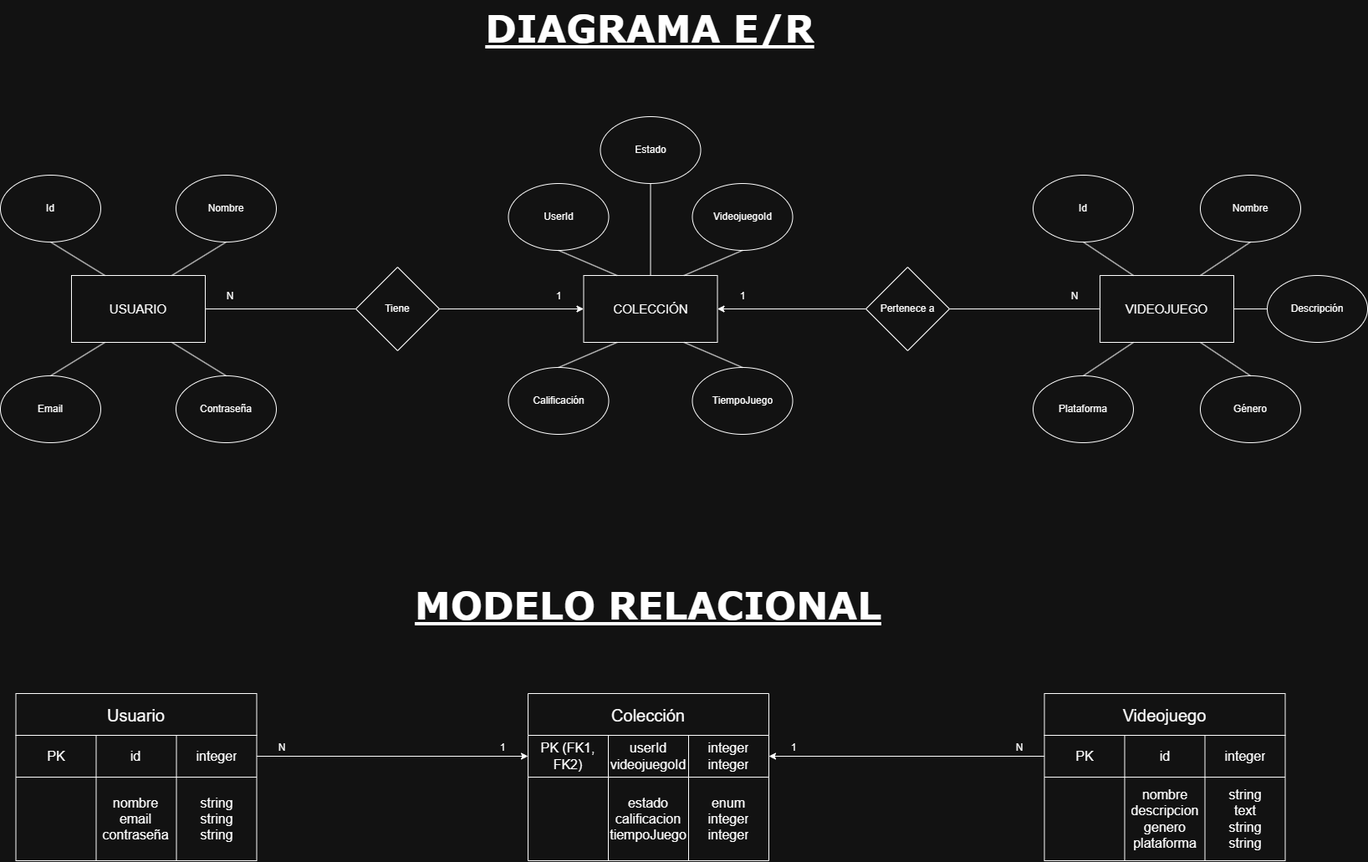
AlesioCragno/Proyecto-Final-Prog3 keeps this draw.io diagram as Diagrama ER Proyecto.png. Above is the earlier version. Source tidied: cells renumbered, new cells last; positions are measured from the earlier drawing's top-left corner, leaving out a move shared by most shapes.
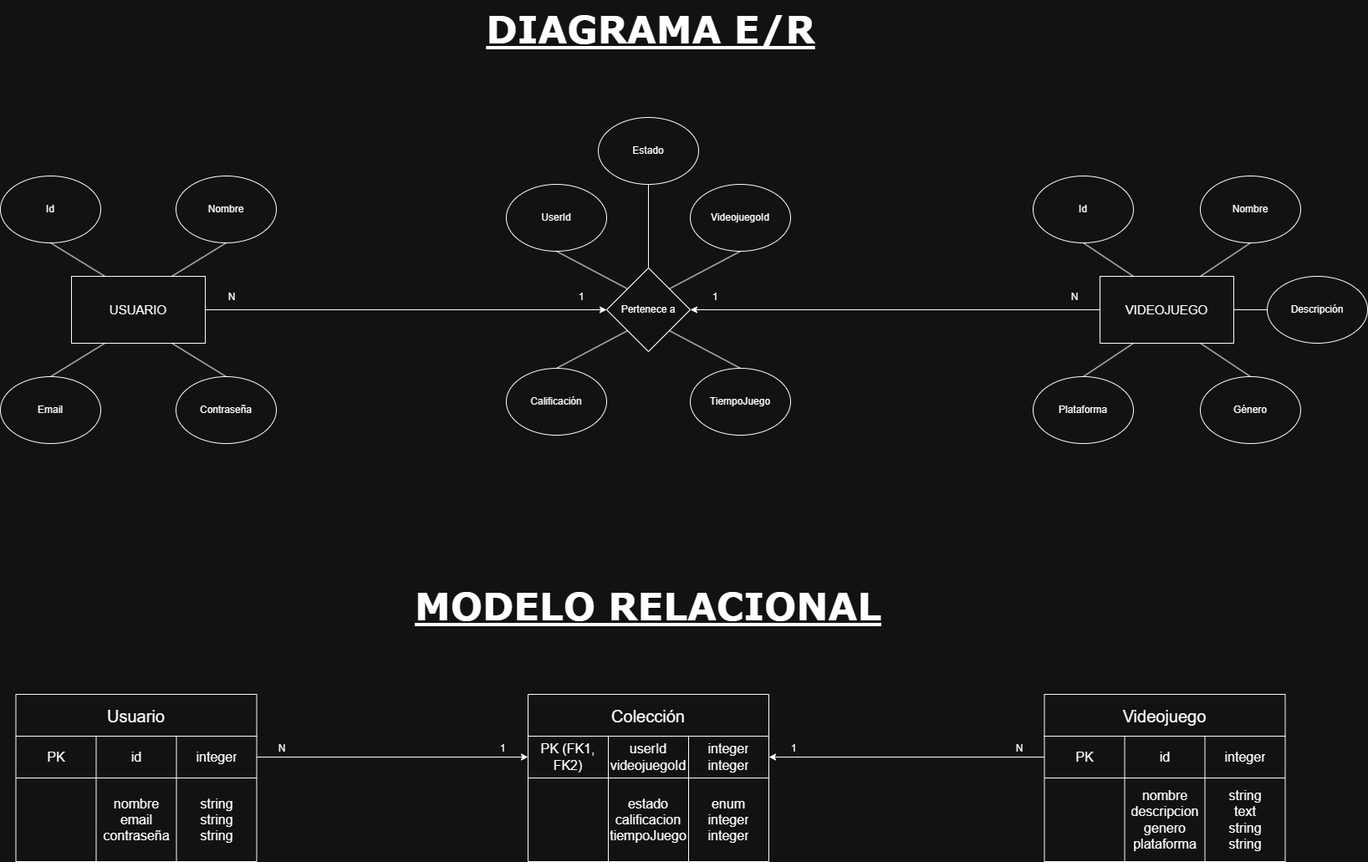
After the change.

Commit message:
Diagrama modificado y Readme actualizado

Change to the diagram source:
```diff
@@ -36,67 +36,41 @@
       <mxGeometry x="1435" y="450" width="120" height="80" as="geometry" />
     </mxCell>
     <mxCell id="13" value="UserId" style="ellipse;whiteSpace=wrap;html=1;" parent="1" vertex="1">
-      <mxGeometry x="607.5" y="220" width="120" height="80" as="geometry" />
+      <mxGeometry x="605" y="220" width="120" height="80" as="geometry" />
     </mxCell>
     <mxCell id="14" value="VideojuegoId" style="ellipse;whiteSpace=wrap;html=1;" parent="1" vertex="1">
-      <mxGeometry x="827.5" y="220" width="120" height="80" as="geometry" />
+      <mxGeometry x="825" y="220" width="120" height="80" as="geometry" />
     </mxCell>
     <mxCell id="15" value="Estado" style="ellipse;whiteSpace=wrap;html=1;" parent="1" vertex="1">
-      <mxGeometry x="717.5" y="140" width="120" height="80" as="geometry" />
+      <mxGeometry x="715" y="140" width="120" height="80" as="geometry" />
     </mxCell>
     <mxCell id="16" value="Calificación" style="ellipse;whiteSpace=wrap;html=1;" parent="1" vertex="1">
-      <mxGeometry x="607.5" y="440" width="120" height="80" as="geometry" />
+      <mxGeometry x="605" y="440" width="120" height="80" as="geometry" />
     </mxCell>
     <mxCell id="17" value="TiempoJuego" style="ellipse;whiteSpace=wrap;html=1;" parent="1" vertex="1">
-      <mxGeometry x="827.5" y="440" width="120" height="80" as="geometry" />
+      <mxGeometry x="825" y="440" width="120" height="80" as="geometry" />
     </mxCell>
-    <mxCell id="18" value="&lt;font style=&quot;font-size: 15px;&quot;&gt;COLECCIÓN&lt;/font&gt;" style="rounded=0;whiteSpace=wrap;html=1;" parent="1" vertex="1">
-      <mxGeometry x="697.5" y="330" width="160" height="80" as="geometry" />
-    </mxCell>
-    <mxCell id="19" value="Tiene" style="rhombus;whiteSpace=wrap;html=1;" parent="1" vertex="1">
-      <mxGeometry x="425" y="320" width="100" height="100" as="geometry" />
-    </mxCell>
     <mxCell id="20" value="Pertenece a" style="rhombus;whiteSpace=wrap;html=1;" parent="1" vertex="1">
-      <mxGeometry x="1035" y="320" width="100" height="100" as="geometry" />
+      <mxGeometry x="725" y="320" width="100" height="100" as="geometry" />
     </mxCell>
-    <mxCell id="21" style="endArrow=classic;html=1;rounded=0;exitX=1;exitY=0.5;exitDx=0;exitDy=0;entryX=0;entryY=0.5;entryDx=0;entryDy=0;" parent="1" edge="1" source="19" target="18">
-      <mxGeometry relative="1" as="geometry" />
-    </mxCell>
-    <mxCell id="22" style="endArrow=none;html=1;rounded=0;exitX=1;exitY=0.5;exitDx=0;exitDy=0;entryX=0;entryY=0.5;entryDx=0;entryDy=0;" parent="1" edge="1" source="2" target="19">
-      <mxGeometry relative="1" as="geometry" />
-    </mxCell>
-    <mxCell id="23" style="endArrow=classic;html=1;rounded=0;exitX=0;exitY=0.5;exitDx=0;exitDy=0;entryX=1;entryY=0.5;entryDx=0;entryDy=0;" parent="1" edge="1" source="20" target="18">
-      <mxGeometry relative="1" as="geometry" />
-    </mxCell>
-    <mxCell id="24" style="endArrow=none;html=1;rounded=0;exitX=1;exitY=0.5;exitDx=0;exitDy=0;entryX=0;entryY=0.5;entryDx=0;entryDy=0;" parent="1" edge="1" source="20" target="3">
-      <mxGeometry relative="1" as="geometry" />
-    </mxCell>
-    <mxCell id="25" value="N" style="text;html=1;whiteSpace=wrap;strokeColor=none;fillColor=none;align=center;verticalAlign=middle;rounded=0;" parent="1" vertex="1">
-      <mxGeometry x="245" y="340" width="60" height="30" as="geometry" />
-    </mxCell>
-    <mxCell id="26" value="1" style="text;html=1;whiteSpace=wrap;strokeColor=none;fillColor=none;align=center;verticalAlign=middle;rounded=0;" parent="1" vertex="1">
-      <mxGeometry x="637.5" y="340" width="60" height="30" as="geometry" />
-    </mxCell>
-    <mxCell id="27" value="1" style="text;html=1;whiteSpace=wrap;strokeColor=none;fillColor=none;align=center;verticalAlign=middle;rounded=0;" parent="1" vertex="1">
-      <mxGeometry x="857.5" y="340" width="60" height="30" as="geometry" />
-    </mxCell>
-    <mxCell id="28" value="N" style="text;html=1;whiteSpace=wrap;strokeColor=none;fillColor=none;align=center;verticalAlign=middle;rounded=0;" parent="1" vertex="1">
-      <mxGeometry x="1255" y="340" width="60" height="30" as="geometry" />
-    </mxCell>
-    <mxCell id="29" style="endArrow=none;html=1;rounded=0;entryX=0.25;entryY=1;entryDx=0;entryDy=0;exitX=0.5;exitY=0;exitDx=0;exitDy=0;" parent="1" edge="1" source="16" target="18">
+    <mxCell id="29" style="endArrow=none;html=1;rounded=0;entryX=0;entryY=1;entryDx=0;entryDy=0;exitX=0.5;exitY=0;exitDx=0;exitDy=0;" parent="1" edge="1" source="16" target="20">
       <mxGeometry relative="1" as="geometry" />
     </mxCell>
-    <mxCell id="30" style="endArrow=none;html=1;rounded=0;entryX=0.75;entryY=1;entryDx=0;entryDy=0;exitX=0.5;exitY=0;exitDx=0;exitDy=0;" parent="1" edge="1" source="17" target="18">
-      <mxGeometry relative="1" as="geometry" />
+    <mxCell id="30" style="endArrow=none;html=1;rounded=0;entryX=1;entryY=1;entryDx=0;entryDy=0;" parent="1" edge="1" target="20">
+      <mxGeometry relative="1" as="geometry">
+        <mxPoint x="885" y="440" as="sourcePoint" />
+      </mxGeometry>
     </mxCell>
-    <mxCell id="31" style="endArrow=none;html=1;rounded=0;exitX=0.25;exitY=0;exitDx=0;exitDy=0;entryX=0.5;entryY=1;entryDx=0;entryDy=0;" parent="1" edge="1" source="18" target="13">
+    <mxCell id="31" style="endArrow=none;html=1;rounded=0;exitX=0;exitY=0;exitDx=0;exitDy=0;entryX=0.5;entryY=1;entryDx=0;entryDy=0;" parent="1" edge="1" source="20" target="13">
       <mxGeometry relative="1" as="geometry" />
     </mxCell>
-    <mxCell id="32" style="endArrow=none;html=1;rounded=0;exitX=0.75;exitY=0;exitDx=0;exitDy=0;entryX=0.5;entryY=1;entryDx=0;entryDy=0;" parent="1" edge="1" source="18" target="14">
+    <mxCell id="32" style="endArrow=none;html=1;rounded=0;exitX=1;exitY=0;exitDx=0;exitDy=0;entryX=0.5;entryY=1;entryDx=0;entryDy=0;" parent="1" edge="1" source="20" target="14">
       <mxGeometry relative="1" as="geometry" />
     </mxCell>
-    <mxCell id="33" style="endArrow=none;html=1;rounded=0;exitX=0.5;exitY=0;exitDx=0;exitDy=0;entryX=0.5;entryY=1;entryDx=0;entryDy=0;" parent="1" edge="1" source="18" target="15">
-      <mxGeometry relative="1" as="geometry" />
+    <mxCell id="33" style="endArrow=none;html=1;rounded=0;entryX=0.5;entryY=1;entryDx=0;entryDy=0;" parent="1" edge="1" target="15">
+      <mxGeometry relative="1" as="geometry">
+        <mxPoint x="775" y="320" as="sourcePoint" />
+      </mxGeometry>
     </mxCell>
     <mxCell id="34" style="endArrow=none;html=1;rounded=0;exitX=0.5;exitY=0;exitDx=0;exitDy=0;entryX=0.25;entryY=1;entryDx=0;entryDy=0;" parent="1" edge="1" source="5" target="2">
       <mxGeometry relative="1" as="geometry" />
@@ -230,5 +204,23 @@
     <mxCell id="77" value="&lt;h1 style=&quot;margin-top: 0px;&quot;&gt;&lt;font face=&quot;Verdana&quot;&gt;&lt;span style=&quot;font-size: 45px;&quot;&gt;&lt;u&gt;MODELO RELACIONAL&lt;/u&gt;&lt;/span&gt;&lt;/font&gt;&lt;/h1&gt;" style="text;html=1;whiteSpace=wrap;overflow=hidden;rounded=0;align=center;" parent="1" vertex="1">
       <mxGeometry x="440" y="690" width="670" height="100" as="geometry" />
     </mxCell>
+    <mxCell id="25" value="N" style="text;html=1;whiteSpace=wrap;strokeColor=none;fillColor=none;align=center;verticalAlign=middle;rounded=0;" parent="1" vertex="1">
+      <mxGeometry x="246.5" y="340" width="60" height="30" as="geometry" />
+    </mxCell>
+    <mxCell id="78" value="1" style="text;html=1;whiteSpace=wrap;strokeColor=none;fillColor=none;align=center;verticalAlign=middle;rounded=0;" parent="1" vertex="1">
+      <mxGeometry x="665" y="340" width="60" height="30" as="geometry" />
+    </mxCell>
+    <mxCell id="79" value="1" style="text;html=1;whiteSpace=wrap;strokeColor=none;fillColor=none;align=center;verticalAlign=middle;rounded=0;" parent="1" vertex="1">
+      <mxGeometry x="825" y="340" width="60" height="30" as="geometry" />
+    </mxCell>
+    <mxCell id="28" value="N" style="text;html=1;whiteSpace=wrap;strokeColor=none;fillColor=none;align=center;verticalAlign=middle;rounded=0;" parent="1" vertex="1">
+      <mxGeometry x="1255" y="340" width="60" height="30" as="geometry" />
+    </mxCell>
+    <mxCell id="80" style="endArrow=classic;html=1;rounded=0;exitX=1;exitY=0.5;exitDx=0;exitDy=0;entryX=0;entryY=0.5;entryDx=0;entryDy=0;" parent="1" edge="1" source="2" target="20">
+      <mxGeometry relative="1" as="geometry" />
+    </mxCell>
+    <mxCell id="81" style="endArrow=classic;html=1;rounded=0;exitX=0;exitY=0.5;exitDx=0;exitDy=0;entryX=1;entryY=0.5;entryDx=0;entryDy=0;" parent="1" edge="1" source="3" target="20">
+      <mxGeometry relative="1" as="geometry" />
+    </mxCell>
   </root>
 </mxGraphModel>
```
